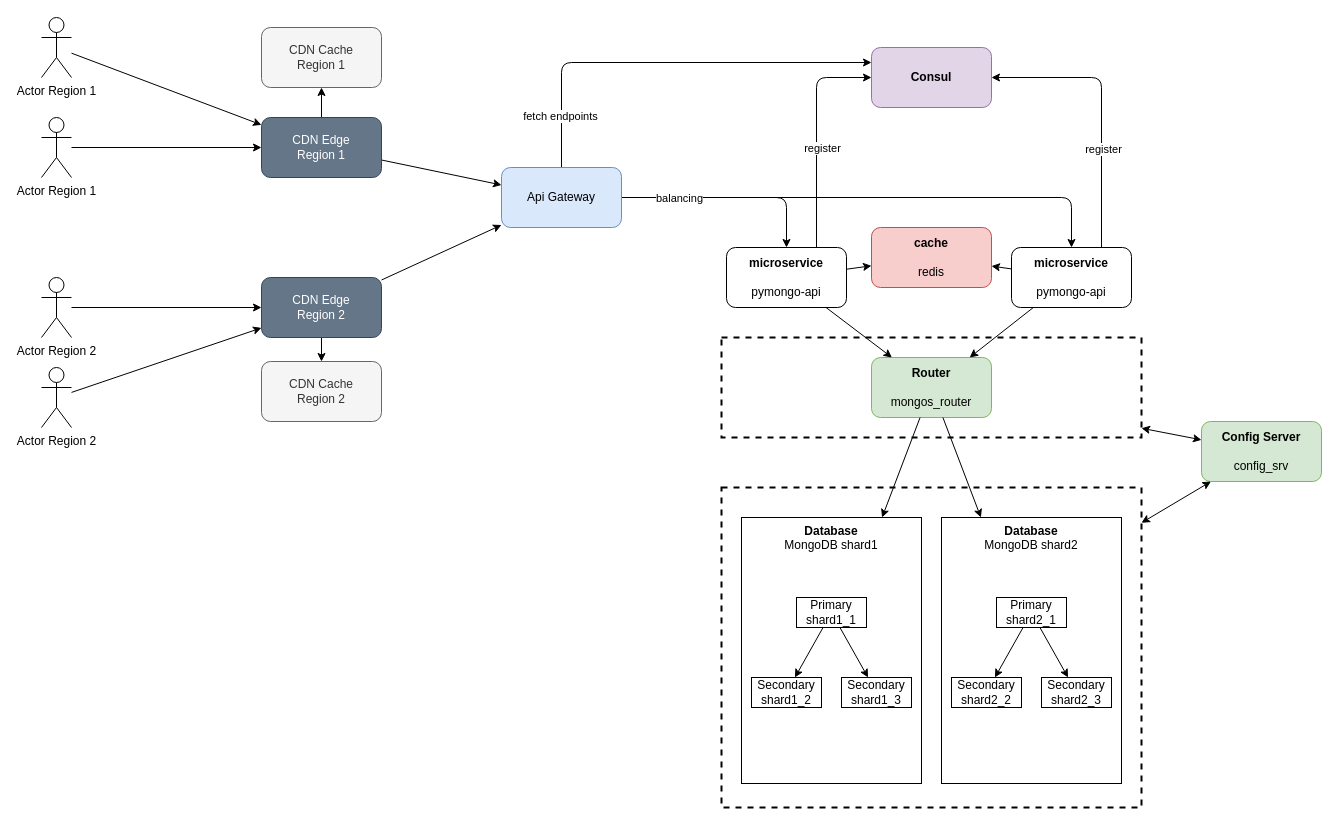
Before: schemas/v5.drawio in foxy-gal/architecture-black_friday, a draw.io diagram. Source tidied: cells renumbered, new cells numbered last; positions are measured from the earlier drawing's top-left corner, leaving out a move shared by most shapes. Both pictures are drawn from the tidied source at 100%, with x=0, y=0 at pixel (41, 17).
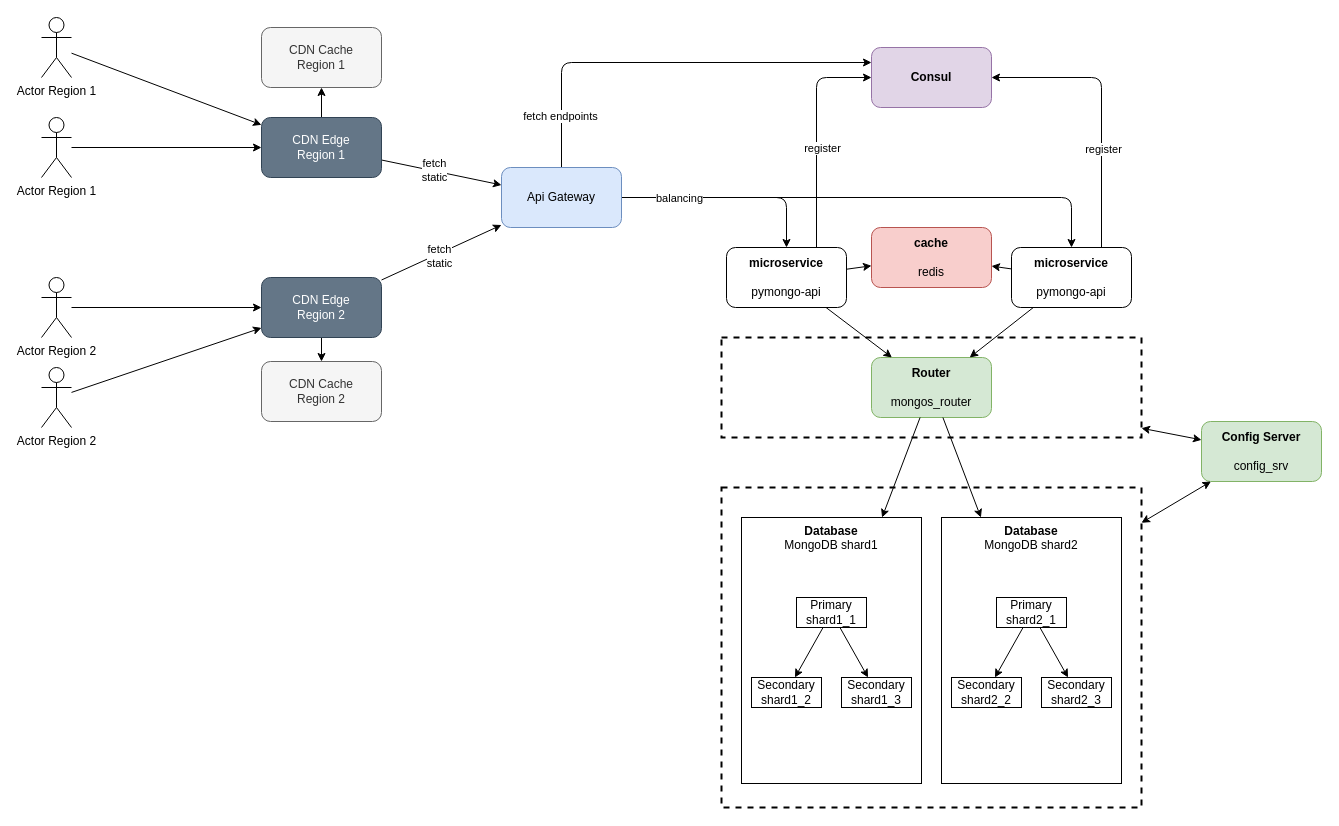
The same page after the edit.

The change refers to these unchanged cells:
```xml
<mxCell id="44" style="edgeStyle=none;html=1;" parent="1" edge="1" source="46" target="33">
  <mxGeometry relative="1" as="geometry" />
</mxCell>
<mxCell id="47" style="edgeStyle=none;html=1;" parent="1" edge="1" source="49" target="33">
  <mxGeometry relative="1" as="geometry" />
</mxCell>
```

Diff of the diagram source:
```diff
@@
+    <mxCell id="60" value="fetch&lt;div&gt;static&lt;/div&gt;" style="edgeLabel;html=1;align=center;verticalAlign=middle;" parent="44" vertex="1">
+      <mxGeometry x="-0.13" y="1" relative="1" as="geometry" />
+    </mxCell>
@@
+    <mxCell id="61" value="fetch&lt;div&gt;static&lt;/div&gt;" style="edgeLabel;html=1;align=center;verticalAlign=middle;" parent="47" vertex="1">
+      <mxGeometry x="-0.04" y="-2" relative="1" as="geometry">
+        <mxPoint x="-1" as="offset" />
+      </mxGeometry>
+    </mxCell>
```
